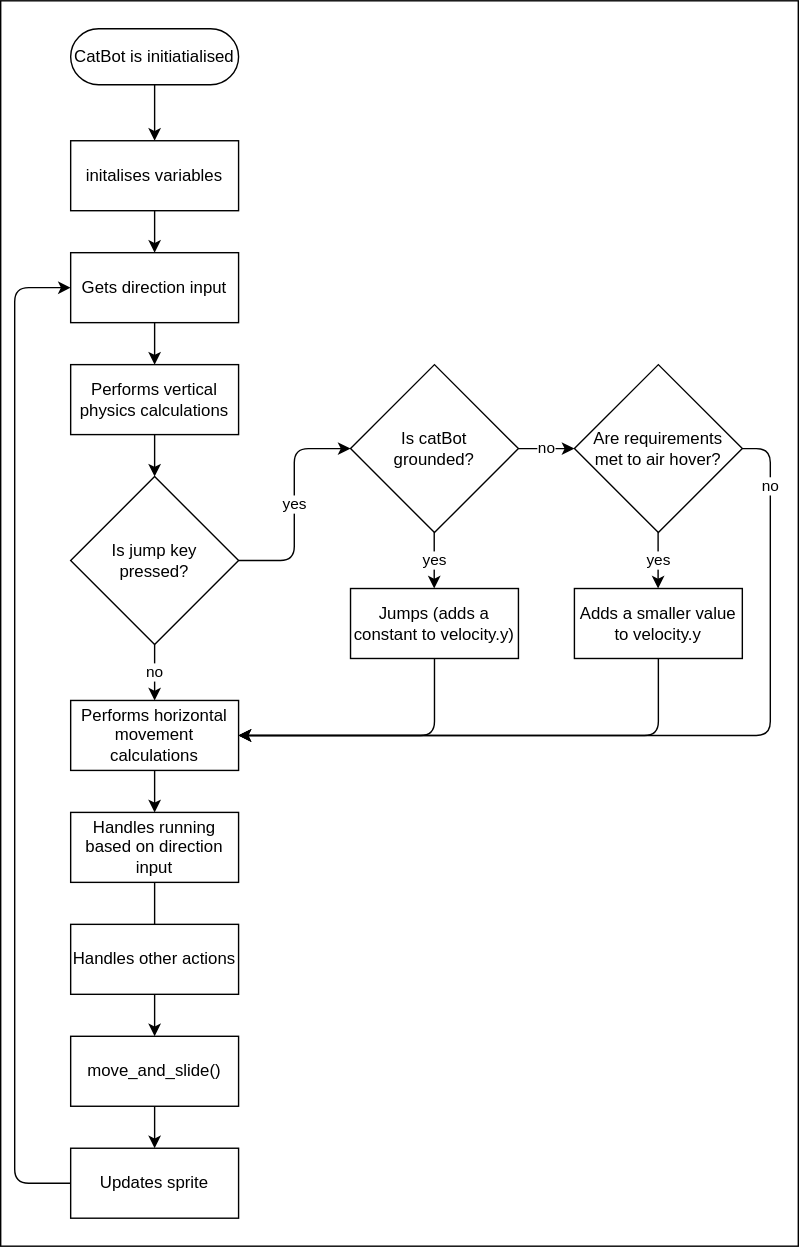
Before: docs/playerCatStage1_diagram.svg, a diagram exported from draw.io (DrewanR/CodeHeist). Source tidied: cells renumbered, new cells last; positions are measured from the earlier drawing's top-left corner, leaving out a move shared by most shapes. Its diagram source:
```xml
<mxGraphModel>
  <root>
    <mxCell id="0" />
    <mxCell id="1" parent="0" />
    <mxCell id="2" style="rounded=0;whiteSpace=wrap;html=1;" parent="1" vertex="1">
      <mxGeometry width="570" height="890" as="geometry" />
    </mxCell>
    <mxCell id="3" style="edgeStyle=none;html=1;" parent="1" edge="1" source="4" target="6">
      <mxGeometry relative="1" as="geometry" />
    </mxCell>
    <mxCell id="4" value="CatBot is initiatialised" style="rounded=1;whiteSpace=wrap;html=1;arcSize=50;" parent="1" vertex="1">
      <mxGeometry x="50" y="20" width="120" height="40" as="geometry" />
    </mxCell>
    <mxCell id="5" style="edgeStyle=none;html=1;" parent="1" edge="1" source="6" target="8">
      <mxGeometry relative="1" as="geometry" />
    </mxCell>
    <mxCell id="6" value="initalises variables" style="rounded=0;whiteSpace=wrap;html=1;" parent="1" vertex="1">
      <mxGeometry x="50" y="100" width="120" height="50" as="geometry" />
    </mxCell>
    <mxCell id="7" style="edgeStyle=none;html=1;" parent="1" edge="1" source="8" target="10">
      <mxGeometry relative="1" as="geometry" />
    </mxCell>
    <mxCell id="8" value="Gets direction input" style="rounded=0;whiteSpace=wrap;html=1;" parent="1" vertex="1">
      <mxGeometry x="50" y="180" width="120" height="50" as="geometry" />
    </mxCell>
    <mxCell id="9" style="edgeStyle=none;html=1;" parent="1" edge="1" source="10" target="13">
      <mxGeometry relative="1" as="geometry" />
    </mxCell>
    <mxCell id="10" value="Performs vertical physics calculations" style="rounded=0;whiteSpace=wrap;html=1;" parent="1" vertex="1">
      <mxGeometry x="50" y="260" width="120" height="50" as="geometry" />
    </mxCell>
    <mxCell id="11" value="no" style="edgeStyle=none;html=1;" parent="1" edge="1" source="13" target="15">
      <mxGeometry relative="1" as="geometry" />
    </mxCell>
    <mxCell id="12" value="yes" style="edgeStyle=elbowEdgeStyle;html=1;" parent="1" edge="1" source="13" target="25">
      <mxGeometry relative="1" as="geometry" />
    </mxCell>
    <mxCell id="13" value="Is jump key&lt;br&gt;pressed?" style="rhombus;whiteSpace=wrap;html=1;" parent="1" vertex="1">
      <mxGeometry x="50" y="340" width="120" height="120" as="geometry" />
    </mxCell>
    <mxCell id="14" style="edgeStyle=none;html=1;" parent="1" edge="1" source="15" target="17">
      <mxGeometry relative="1" as="geometry" />
    </mxCell>
    <mxCell id="15" value="Performs horizontal movement calculations" style="rounded=0;whiteSpace=wrap;html=1;" parent="1" vertex="1">
      <mxGeometry x="50" y="500" width="120" height="50" as="geometry" />
    </mxCell>
    <mxCell id="16" style="edgeStyle=none;html=1;" parent="1" edge="1" source="17" target="20">
      <mxGeometry relative="1" as="geometry" />
    </mxCell>
    <mxCell id="17" value="Handles running based on direction input" style="rounded=0;whiteSpace=wrap;html=1;" parent="1" vertex="1">
      <mxGeometry x="50" y="580" width="120" height="50" as="geometry" />
    </mxCell>
    <mxCell id="18" value="Handles other actions" style="rounded=0;whiteSpace=wrap;html=1;" parent="1" vertex="1">
      <mxGeometry x="50" y="660" width="120" height="50" as="geometry" />
    </mxCell>
    <mxCell id="19" style="edgeStyle=none;html=1;" parent="1" edge="1" source="20" target="22">
      <mxGeometry relative="1" as="geometry" />
    </mxCell>
    <mxCell id="20" value="move_and_slide()" style="rounded=0;whiteSpace=wrap;html=1;" parent="1" vertex="1">
      <mxGeometry x="50" y="740" width="120" height="50" as="geometry" />
    </mxCell>
    <mxCell id="21" style="edgeStyle=elbowEdgeStyle;html=1;" parent="1" edge="1" source="22" target="8">
      <mxGeometry relative="1" as="geometry">
        <Array as="points">
          <mxPoint x="10" y="460" />
        </Array>
      </mxGeometry>
    </mxCell>
    <mxCell id="22" value="Updates sprite" style="rounded=0;whiteSpace=wrap;html=1;" parent="1" vertex="1">
      <mxGeometry x="50" y="820" width="120" height="50" as="geometry" />
    </mxCell>
    <mxCell id="23" value="yes" style="edgeStyle=elbowEdgeStyle;html=1;" parent="1" edge="1" source="25" target="27">
      <mxGeometry relative="1" as="geometry" />
    </mxCell>
    <mxCell id="24" value="no" style="edgeStyle=elbowEdgeStyle;html=1;" parent="1" edge="1" source="25" target="30">
      <mxGeometry relative="1" as="geometry" />
    </mxCell>
    <mxCell id="25" value="Is catBot&lt;br&gt;grounded?" style="rhombus;whiteSpace=wrap;html=1;" parent="1" vertex="1">
      <mxGeometry x="250" y="260" width="120" height="120" as="geometry" />
    </mxCell>
    <mxCell id="26" style="edgeStyle=elbowEdgeStyle;html=1;" parent="1" edge="1" source="27" target="15">
      <mxGeometry relative="1" as="geometry">
        <Array as="points">
          <mxPoint x="310" y="440" />
        </Array>
      </mxGeometry>
    </mxCell>
    <mxCell id="27" value="Jumps (adds a constant to velocity.y)" style="rounded=0;whiteSpace=wrap;html=1;" parent="1" vertex="1">
      <mxGeometry x="250" y="420" width="120" height="50" as="geometry" />
    </mxCell>
    <mxCell id="28" value="yes" style="edgeStyle=elbowEdgeStyle;html=1;" parent="1" edge="1" source="30" target="32">
      <mxGeometry relative="1" as="geometry" />
    </mxCell>
    <mxCell id="29" value="no" style="edgeStyle=elbowEdgeStyle;html=1;" parent="1" edge="1" source="30" target="15">
      <mxGeometry x="-0.84" relative="1" as="geometry">
        <Array as="points">
          <mxPoint x="550" y="400" />
        </Array>
      </mxGeometry>
    </mxCell>
    <mxCell id="30" value="Are requirements&lt;br&gt;met to air hover?" style="rhombus;whiteSpace=wrap;html=1;" parent="1" vertex="1">
      <mxGeometry x="410" y="260" width="120" height="120" as="geometry" />
    </mxCell>
    <mxCell id="31" style="edgeStyle=elbowEdgeStyle;html=1;" parent="1" edge="1" source="32" target="15">
      <mxGeometry relative="1" as="geometry">
        <Array as="points">
          <mxPoint x="470" y="480" />
        </Array>
      </mxGeometry>
    </mxCell>
    <mxCell id="32" value="Adds a smaller value&lt;br&gt;to velocity.y" style="rounded=0;whiteSpace=wrap;html=1;" parent="1" vertex="1">
      <mxGeometry x="410" y="420" width="120" height="50" as="geometry" />
    </mxCell>
  </root>
</mxGraphModel>
```
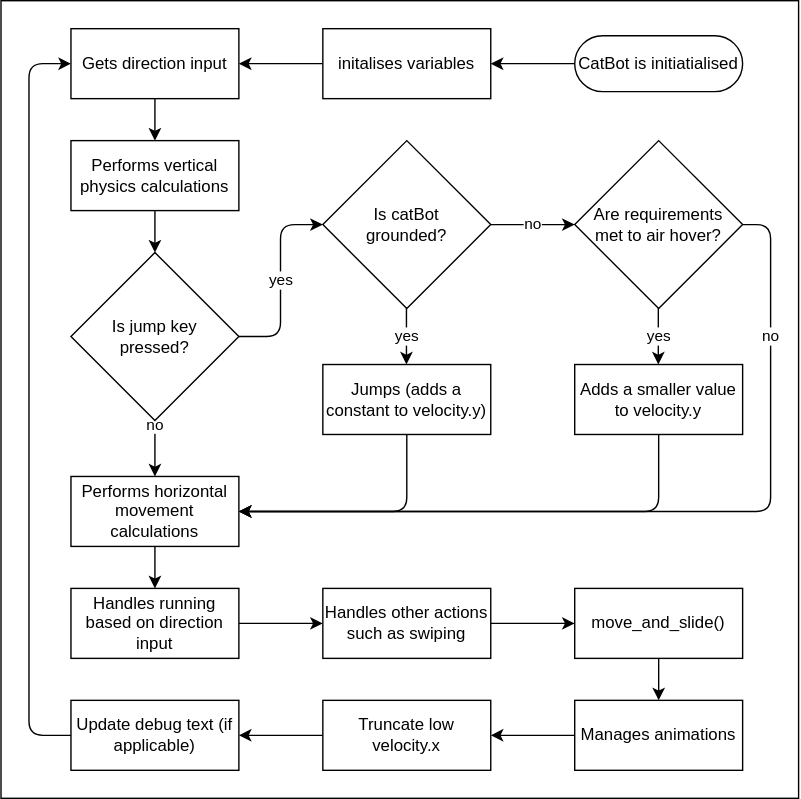
After the commit.

Commit message:
Finished player cat stage 2 docs

What changed in the source:
```diff
@@ -2,20 +2,20 @@
   <root>
     <mxCell id="0" />
     <mxCell id="1" parent="0" />
-    <mxCell id="2" style="rounded=0;whiteSpace=wrap;html=1;" parent="1" vertex="1">
-      <mxGeometry width="570" height="890" as="geometry" />
+    <mxCell id="2" style="rounded=0;whiteSpace=wrap;html=1;fillColor=default;" parent="1" vertex="1">
+      <mxGeometry y="160" width="570" height="570" as="geometry" />
     </mxCell>
     <mxCell id="3" style="edgeStyle=none;html=1;" parent="1" edge="1" source="4" target="6">
       <mxGeometry relative="1" as="geometry" />
     </mxCell>
     <mxCell id="4" value="CatBot is initiatialised" style="rounded=1;whiteSpace=wrap;html=1;arcSize=50;" parent="1" vertex="1">
-      <mxGeometry x="50" y="20" width="120" height="40" as="geometry" />
+      <mxGeometry x="410" y="185" width="120" height="40" as="geometry" />
     </mxCell>
     <mxCell id="5" style="edgeStyle=none;html=1;" parent="1" edge="1" source="6" target="8">
       <mxGeometry relative="1" as="geometry" />
     </mxCell>
     <mxCell id="6" value="initalises variables" style="rounded=0;whiteSpace=wrap;html=1;" parent="1" vertex="1">
-      <mxGeometry x="50" y="100" width="120" height="50" as="geometry" />
+      <mxGeometry x="230" y="180" width="120" height="50" as="geometry" />
     </mxCell>
     <mxCell id="7" style="edgeStyle=none;html=1;" parent="1" edge="1" source="8" target="10">
       <mxGeometry relative="1" as="geometry" />
@@ -29,8 +29,12 @@
     <mxCell id="10" value="Performs vertical physics calculations" style="rounded=0;whiteSpace=wrap;html=1;" parent="1" vertex="1">
       <mxGeometry x="50" y="260" width="120" height="50" as="geometry" />
     </mxCell>
-    <mxCell id="11" value="no" style="edgeStyle=none;html=1;" parent="1" edge="1" source="13" target="15">
-      <mxGeometry relative="1" as="geometry" />
+    <mxCell id="11" value="no" style="edgeStyle=orthogonalEdgeStyle;html=1;" parent="1" edge="1" source="13" target="15">
+      <mxGeometry x="-0.89" relative="1" as="geometry">
+        <Array as="points">
+          <mxPoint x="110" y="525" />
+        </Array>
+      </mxGeometry>
     </mxCell>
     <mxCell id="12" value="yes" style="edgeStyle=elbowEdgeStyle;html=1;" parent="1" edge="1" source="13" target="25">
       <mxGeometry relative="1" as="geometry" />
@@ -44,30 +48,33 @@
     <mxCell id="15" value="Performs horizontal movement calculations" style="rounded=0;whiteSpace=wrap;html=1;" parent="1" vertex="1">
       <mxGeometry x="50" y="500" width="120" height="50" as="geometry" />
     </mxCell>
-    <mxCell id="16" style="edgeStyle=none;html=1;" parent="1" edge="1" source="17" target="20">
-      <mxGeometry relative="1" as="geometry" />
-    </mxCell>
+    <mxCell id="33" style="edgeStyle=none;html=1;" parent="1" edge="1" source="17" target="18">
+      <mxGeometry relative="1" as="geometry" />
+    </mxCell>
     <mxCell id="17" value="Handles running based on direction input" style="rounded=0;whiteSpace=wrap;html=1;" parent="1" vertex="1">
       <mxGeometry x="50" y="580" width="120" height="50" as="geometry" />
     </mxCell>
+    <mxCell id="34" style="edgeStyle=none;html=1;" parent="1" edge="1" source="18" target="20">
+      <mxGeometry relative="1" as="geometry" />
+    </mxCell>
-    <mxCell id="18" value="Handles other actions" style="rounded=0;whiteSpace=wrap;html=1;" parent="1" vertex="1">
-      <mxGeometry x="50" y="660" width="120" height="50" as="geometry" />
+    <mxCell id="18" value="Handles other actions such as swiping" style="rounded=0;whiteSpace=wrap;html=1;" parent="1" vertex="1">
+      <mxGeometry x="230" y="580" width="120" height="50" as="geometry" />
     </mxCell>
-    <mxCell id="19" style="edgeStyle=none;html=1;" parent="1" edge="1" source="20" target="22">
-      <mxGeometry relative="1" as="geometry" />
+    <mxCell id="19" style="edgeStyle=orthogonalEdgeStyle;html=1;" parent="1" edge="1" source="20" target="22">
+      <mxGeometry relative="1" as="geometry">
+        <Array as="points">
+          <mxPoint x="470" y="685" />
+        </Array>
+      </mxGeometry>
     </mxCell>
     <mxCell id="20" value="move_and_slide()" style="rounded=0;whiteSpace=wrap;html=1;" parent="1" vertex="1">
-      <mxGeometry x="50" y="740" width="120" height="50" as="geometry" />
+      <mxGeometry x="410" y="580" width="120" height="50" as="geometry" />
     </mxCell>
-    <mxCell id="21" style="edgeStyle=elbowEdgeStyle;html=1;" parent="1" edge="1" source="22" target="8">
-      <mxGeometry relative="1" as="geometry">
-        <Array as="points">
-          <mxPoint x="10" y="460" />
-        </Array>
-      </mxGeometry>
-    </mxCell>
+    <mxCell id="35" style="edgeStyle=orthogonalEdgeStyle;html=1;" parent="1" edge="1" source="22" target="37">
+      <mxGeometry relative="1" as="geometry" />
+    </mxCell>
-    <mxCell id="22" value="Updates sprite" style="rounded=0;whiteSpace=wrap;html=1;" parent="1" vertex="1">
-      <mxGeometry x="50" y="820" width="120" height="50" as="geometry" />
+    <mxCell id="22" value="Manages animations" style="rounded=0;whiteSpace=wrap;html=1;" parent="1" vertex="1">
+      <mxGeometry x="410" y="660" width="120" height="50" as="geometry" />
     </mxCell>
     <mxCell id="23" value="yes" style="edgeStyle=elbowEdgeStyle;html=1;" parent="1" edge="1" source="25" target="27">
       <mxGeometry relative="1" as="geometry" />
@@ -76,23 +83,23 @@
       <mxGeometry relative="1" as="geometry" />
     </mxCell>
     <mxCell id="25" value="Is catBot&lt;br&gt;grounded?" style="rhombus;whiteSpace=wrap;html=1;" parent="1" vertex="1">
-      <mxGeometry x="250" y="260" width="120" height="120" as="geometry" />
+      <mxGeometry x="230" y="260" width="120" height="120" as="geometry" />
     </mxCell>
-    <mxCell id="26" style="edgeStyle=elbowEdgeStyle;html=1;" parent="1" edge="1" source="27" target="15">
+    <mxCell id="26" style="edgeStyle=elbowEdgeStyle;html=1;exitX=0.5;exitY=1;exitDx=0;exitDy=0;" parent="1" edge="1" source="27" target="15">
       <mxGeometry relative="1" as="geometry">
         <Array as="points">
-          <mxPoint x="310" y="440" />
+          <mxPoint x="290" y="525" />
         </Array>
       </mxGeometry>
     </mxCell>
     <mxCell id="27" value="Jumps (adds a constant to velocity.y)" style="rounded=0;whiteSpace=wrap;html=1;" parent="1" vertex="1">
-      <mxGeometry x="250" y="420" width="120" height="50" as="geometry" />
+      <mxGeometry x="230" y="420" width="120" height="50" as="geometry" />
     </mxCell>
     <mxCell id="28" value="yes" style="edgeStyle=elbowEdgeStyle;html=1;" parent="1" edge="1" source="30" target="32">
       <mxGeometry relative="1" as="geometry" />
     </mxCell>
     <mxCell id="29" value="no" style="edgeStyle=elbowEdgeStyle;html=1;" parent="1" edge="1" source="30" target="15">
-      <mxGeometry x="-0.84" relative="1" as="geometry">
+      <mxGeometry x="-0.67" relative="1" as="geometry">
         <Array as="points">
           <mxPoint x="550" y="400" />
         </Array>
@@ -111,5 +118,22 @@
     <mxCell id="32" value="Adds a smaller value&lt;br&gt;to velocity.y" style="rounded=0;whiteSpace=wrap;html=1;" parent="1" vertex="1">
       <mxGeometry x="410" y="420" width="120" height="50" as="geometry" />
     </mxCell>
+    <mxCell id="36" style="edgeStyle=orthogonalEdgeStyle;html=1;" parent="1" edge="1" source="37" target="39">
+      <mxGeometry relative="1" as="geometry" />
+    </mxCell>
+    <mxCell id="37" value="Truncate low velocity.x" style="rounded=0;whiteSpace=wrap;html=1;" parent="1" vertex="1">
+      <mxGeometry x="230" y="660" width="120" height="50" as="geometry" />
+    </mxCell>
+    <mxCell id="38" style="edgeStyle=orthogonalEdgeStyle;html=1;" parent="1" edge="1" source="39" target="8">
+      <mxGeometry relative="1" as="geometry">
+        <Array as="points">
+          <mxPoint x="20" y="685" />
+          <mxPoint x="20" y="205" />
+        </Array>
+      </mxGeometry>
+    </mxCell>
+    <mxCell id="39" value="Update debug text (if applicable)" style="rounded=0;whiteSpace=wrap;html=1;" parent="1" vertex="1">
+      <mxGeometry x="50" y="660" width="120" height="50" as="geometry" />
+    </mxCell>
   </root>
 </mxGraphModel>
```
